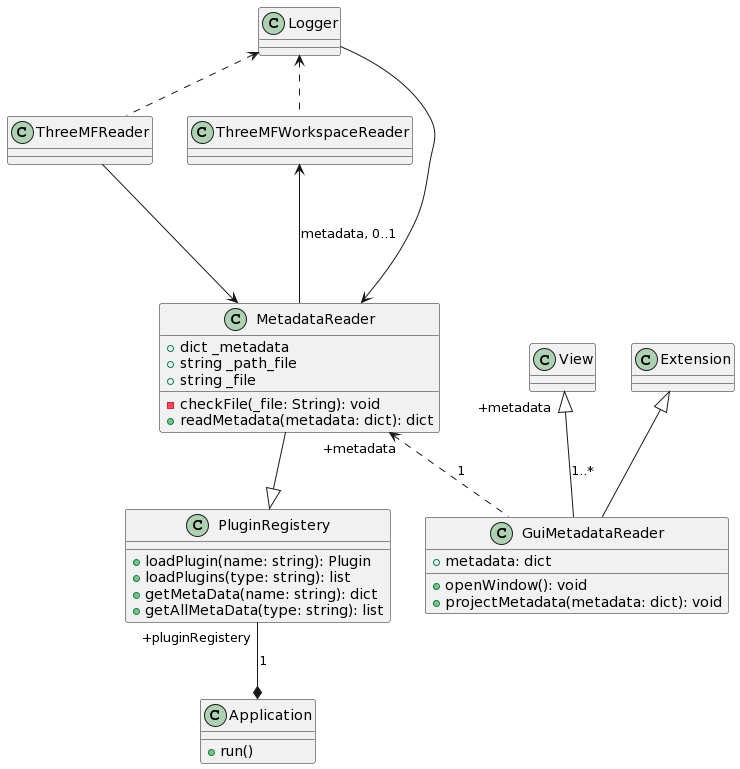
Before: UML Diagrams/UML Class Diagram 3MFGui.png, a diagram exported from PlantUML (GeoKrom/NTUA-Technologies-and-Applications-of-Additive-Manufacturing-3D-Printing-course).
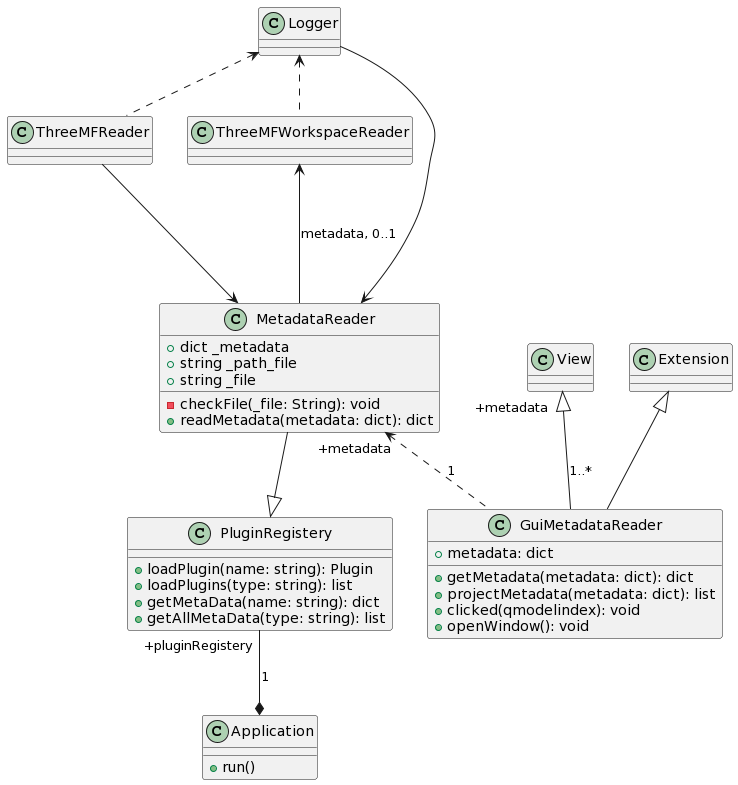
After the change.

The edit, as a diff of the source:
```diff
@@ -18,8 +18,11 @@
 class GuiMetadataReader {
 
     +metadata: dict
+    +getMetadata(metadata: dict): dict
+    +projectMetadata(metadata: dict): list
+    +clicked(qmodelindex): void
     +openWindow(): void
-    +projectMetadata(metadata: dict): void
+
 
 }
 class PluginRegistery {
```
